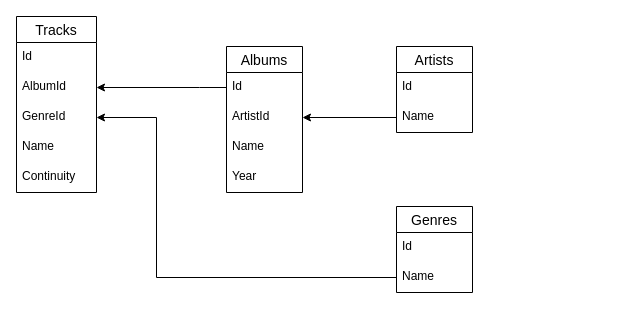
This is Netology_DB_1.drawio from headsoft-mikhail/netology_db_1, a draw.io file, before an edit. Source tidied: cells renumbered, new cells numbered last; positions are measured from the earlier drawing's top-left corner, leaving out a move shared by most shapes. Both pictures are drawn from the tidied source at 100%, with x=0, y=0 at pixel (16, 16).
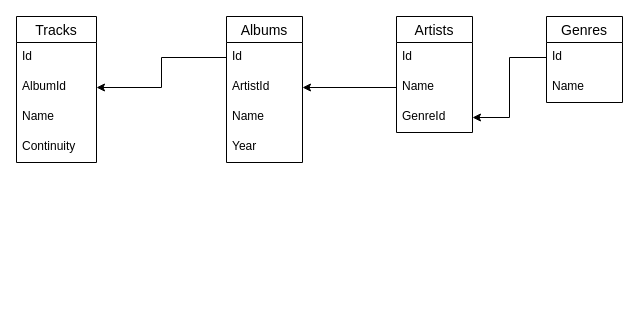
The same page after the edit.

Unchanged cells that the change refers to:
```xml
<mxCell id="4" value="AlbumId" style="text;strokeColor=none;fillColor=none;spacingLeft=4;spacingRight=4;overflow=hidden;points=[[0,0.5],[1,0.5]];portConstraint=eastwest;fontSize=12;" parent="2" vertex="1">
  <mxGeometry y="56" width="80" height="30" as="geometry" />
</mxCell>
<mxCell id="9" value="Id" style="text;strokeColor=none;fillColor=none;spacingLeft=4;spacingRight=4;overflow=hidden;points=[[0,0.5],[1,0.5]];portConstraint=eastwest;fontSize=12;" parent="8" vertex="1">
  <mxGeometry y="26" width="76" height="30" as="geometry" />
</mxCell>
<mxCell id="19" value="Id" style="text;strokeColor=none;fillColor=none;spacingLeft=4;spacingRight=4;overflow=hidden;points=[[0,0.5],[1,0.5]];portConstraint=eastwest;fontSize=12;" parent="18" vertex="1">
  <mxGeometry y="26" width="76" height="30" as="geometry" />
</mxCell>
<mxCell id="20" value="Name" style="text;strokeColor=none;fillColor=none;spacingLeft=4;spacingRight=4;overflow=hidden;points=[[0,0.5],[1,0.5]];portConstraint=eastwest;fontSize=12;" parent="18" vertex="1">
  <mxGeometry y="56" width="76" height="30" as="geometry" />
</mxCell>
```

What changed in the source:
```diff
@@
     <mxCell id="2" value="Tracks" style="swimlane;fontStyle=0;horizontal=1;startSize=26;align=center;fontSize=14;" parent="1" vertex="1">
-      <mxGeometry width="80" height="176" as="geometry" />
+      <mxGeometry width="80" height="146" as="geometry" />
     </mxCell>
@@
-    <mxCell id="5" value="GenreId" style="text;strokeColor=none;fillColor=none;spacingLeft=4;spacingRight=4;overflow=hidden;points=[[0,0.5],[1,0.5]];portConstraint=eastwest;fontSize=12;" parent="2" vertex="1">
-      <mxGeometry y="86" width="80" height="30" as="geometry" />
-    </mxCell>
     <mxCell id="6" value="Name" style="text;strokeColor=none;fillColor=none;spacingLeft=4;spacingRight=4;overflow=hidden;fontSize=12;" parent="2" vertex="1">
-      <mxGeometry y="116" width="80" height="30" as="geometry" />
+      <mxGeometry y="86" width="80" height="30" as="geometry" />
     </mxCell>
     <mxCell id="7" value="Continuity" style="text;strokeColor=none;fillColor=none;spacingLeft=4;spacingRight=4;overflow=hidden;fontSize=12;" parent="2" vertex="1">
-      <mxGeometry y="146" width="80" height="30" as="geometry" />
+      <mxGeometry y="116" width="80" height="30" as="geometry" />
     </mxCell>
     <mxCell id="8" value="Albums" style="swimlane;fontStyle=0;horizontal=1;startSize=26;align=center;fontSize=14;" parent="1" vertex="1">
-      <mxGeometry x="210" y="30" width="76" height="146" as="geometry" />
+      <mxGeometry x="210" width="76" height="146" as="geometry" />
     </mxCell>
@@
-    <mxCell id="13" style="edgeStyle=orthogonalEdgeStyle;rounded=0;jettySize=auto;html=1;exitX=0;exitY=0.5;exitDx=0;exitDy=0;entryX=1;entryY=0.5;entryDx=0;entryDy=0;" parent="1" edge="1" source="9" target="4">
-      <mxGeometry relative="1" as="geometry">
-        <Array as="points">
-          <mxPoint x="183" y="71" />
-          <mxPoint x="183" y="71" />
-        </Array>
-      </mxGeometry>
-    </mxCell>
     <mxCell id="14" value="Artists" style="swimlane;fontStyle=0;horizontal=1;startSize=26;align=center;fontSize=14;" parent="1" vertex="1">
-      <mxGeometry x="380" y="30" width="76" height="86" as="geometry" />
+      <mxGeometry x="380" width="76" height="116" as="geometry" />
     </mxCell>
@@
+    <mxCell id="5" value="GenreId" style="text;strokeColor=none;fillColor=none;spacingLeft=4;spacingRight=4;overflow=hidden;points=[[0,0.5],[1,0.5]];portConstraint=eastwest;fontSize=12;" parent="14" vertex="1">
+      <mxGeometry y="86" width="76" height="30" as="geometry" />
+    </mxCell>
@@
     <mxCell id="18" value="Genres" style="swimlane;fontStyle=0;horizontal=1;startSize=26;align=center;fontSize=14;" parent="1" vertex="1">
-      <mxGeometry x="380" y="190" width="76" height="86" as="geometry" />
+      <mxGeometry x="530" width="76" height="86" as="geometry" />
     </mxCell>
@@
-    <mxCell id="21" style="edgeStyle=orthogonalEdgeStyle;rounded=0;jettySize=auto;html=1;exitX=0;exitY=0.5;exitDx=0;exitDy=0;entryX=1;entryY=0.5;entryDx=0;entryDy=0;" parent="1" edge="1" source="20" target="5">
-      <mxGeometry relative="1" as="geometry">
-        <Array as="points">
-          <mxPoint x="140" y="261" />
-          <mxPoint x="140" y="101" />
-        </Array>
-      </mxGeometry>
-    </mxCell>
+    <mxCell id="22" style="edgeStyle=orthogonalEdgeStyle;rounded=0;jettySize=auto;html=1;exitX=0;exitY=0.5;exitDx=0;exitDy=0;entryX=1;entryY=0.5;entryDx=0;entryDy=0;" parent="1" edge="1" source="19" target="5">
+      <mxGeometry relative="1" as="geometry" />
+    </mxCell>
+    <mxCell id="13" style="edgeStyle=orthogonalEdgeStyle;rounded=0;jettySize=auto;html=1;exitX=0;exitY=0.5;exitDx=0;exitDy=0;entryX=1;entryY=0.5;entryDx=0;entryDy=0;" parent="1" edge="1" source="9" target="4">
+      <mxGeometry relative="1" as="geometry" />
+    </mxCell>
```
